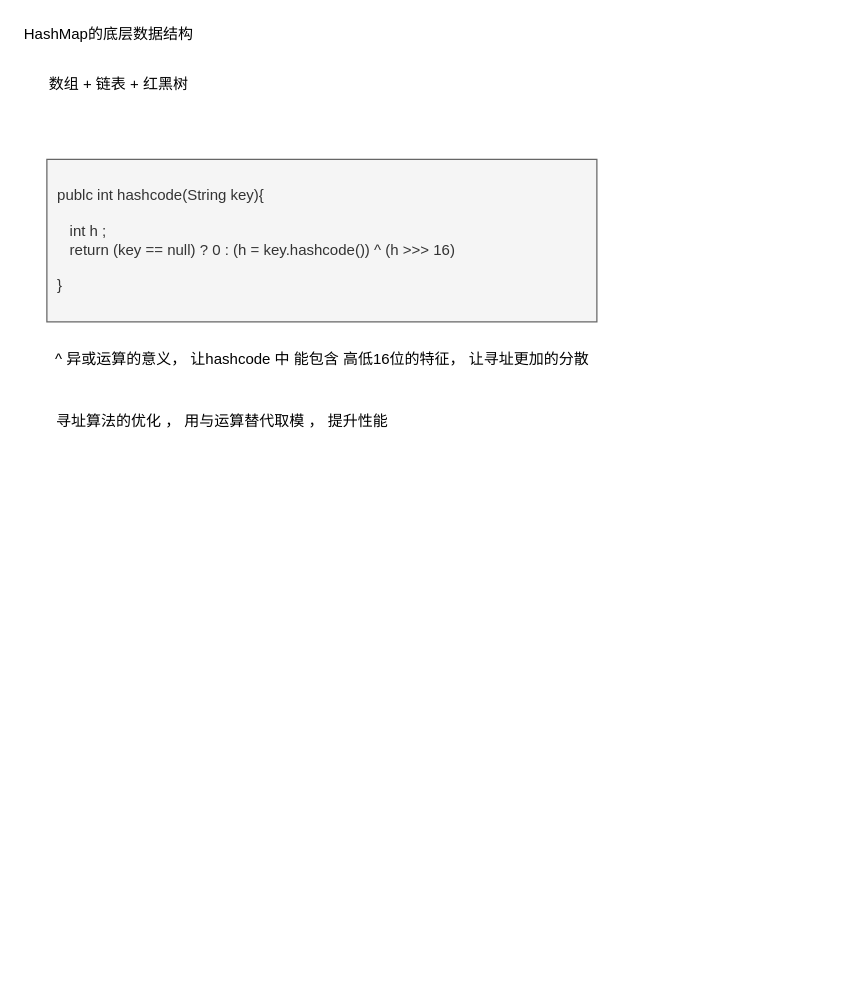
Above: page "HashMap" (1 of 2) of 突击冲冲冲.drawio in topyuluo/photo-project (draw.io), before the change. Source tidied: cells renumbered, new cells numbered last; positions are measured from the earlier drawing's top-left corner, leaving out a move shared by most shapes. Both pictures are drawn from the tidied source at 125%, with x=0, y=0 at pixel (21, 21).
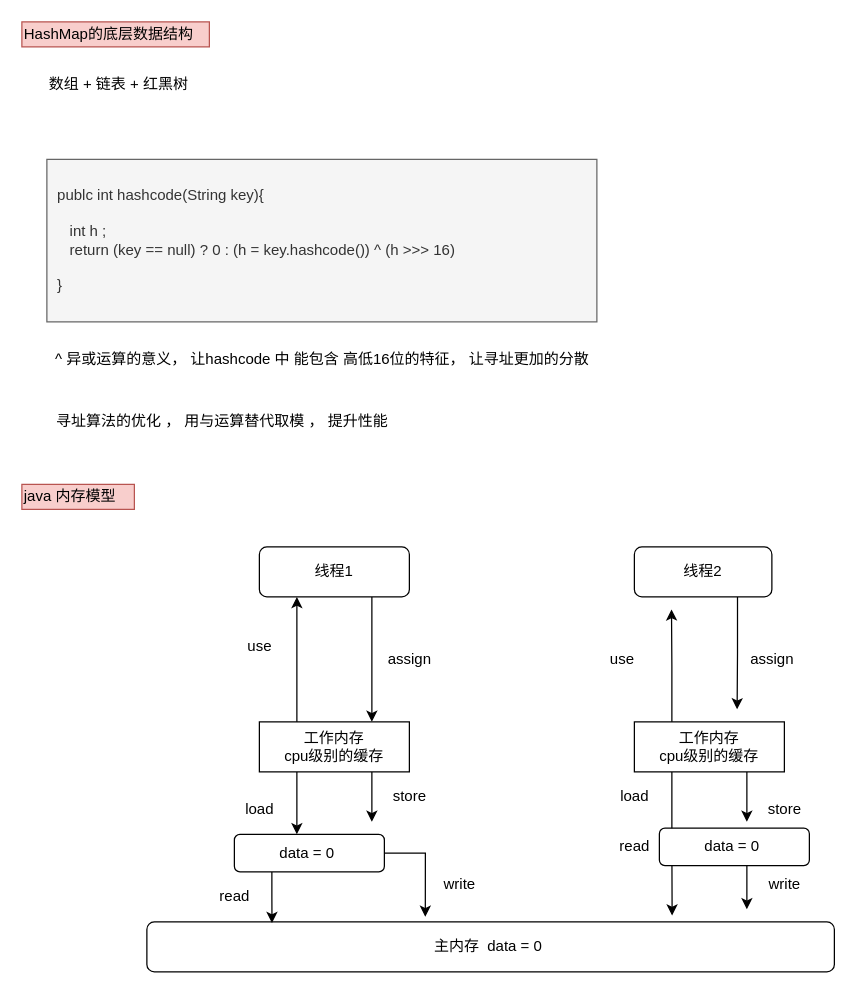
Above is the later version.

Commit message:
更新突击冲冲冲.drawio

What changed in the source:
```diff
@@
-    <mxCell id="2" value="HashMap的底层数据结构" style="text;html=1;align=left;verticalAlign=middle;strokeColor=none;" parent="1" vertex="1">
+    <mxCell id="2" value="HashMap的底层数据结构" style="text;html=1;align=left;verticalAlign=middle;strokeColor=#b85450;fillColor=#f8cecc;" parent="1" vertex="1">
       <mxGeometry width="150" height="20" as="geometry" />
     </mxCell>
@@
+    <mxCell id="7" value="java 内存模型" style="text;html=1;align=left;verticalAlign=middle;strokeColor=#b85450;fillColor=#f8cecc;" parent="1" vertex="1">
+      <mxGeometry y="370" width="90" height="20" as="geometry" />
+    </mxCell>
+    <mxCell id="8" value="主内存&amp;nbsp; data = 0&amp;nbsp;" style="rounded=1;whiteSpace=wrap;html=1;" parent="1" vertex="1">
+      <mxGeometry x="100" y="720" width="550" height="40" as="geometry" />
+    </mxCell>
+    <mxCell id="9" style="edgeStyle=orthogonalEdgeStyle;rounded=0;jettySize=auto;html=1;exitX=0.75;exitY=1;exitDx=0;exitDy=0;entryX=0.75;entryY=0;entryDx=0;entryDy=0;" parent="1" edge="1" source="10" target="16">
+      <mxGeometry relative="1" as="geometry" />
+    </mxCell>
+    <mxCell id="10" value="线程1" style="rounded=1;whiteSpace=wrap;html=1;" parent="1" vertex="1">
+      <mxGeometry x="190" y="420" width="120" height="40" as="geometry" />
+    </mxCell>
+    <mxCell id="11" style="edgeStyle=orthogonalEdgeStyle;rounded=0;jettySize=auto;html=1;exitX=0.75;exitY=1;exitDx=0;exitDy=0;" parent="1" edge="1" source="12">
+      <mxGeometry relative="1" as="geometry">
+        <mxPoint x="572.2" y="550" as="targetPoint" />
+      </mxGeometry>
+    </mxCell>
+    <mxCell id="12" value="线程2" style="rounded=1;whiteSpace=wrap;html=1;" parent="1" vertex="1">
+      <mxGeometry x="490" y="420" width="110" height="40" as="geometry" />
+    </mxCell>
+    <mxCell id="13" style="edgeStyle=orthogonalEdgeStyle;rounded=0;jettySize=auto;html=1;exitX=0.25;exitY=1;exitDx=0;exitDy=0;" parent="1" edge="1" source="16">
+      <mxGeometry relative="1" as="geometry">
+        <mxPoint x="220" y="650" as="targetPoint" />
+      </mxGeometry>
+    </mxCell>
+    <mxCell id="14" style="edgeStyle=orthogonalEdgeStyle;rounded=0;jettySize=auto;html=1;entryX=0.25;entryY=1;entryDx=0;entryDy=0;exitX=0.25;exitY=0;exitDx=0;exitDy=0;" parent="1" edge="1" source="16" target="10">
+      <mxGeometry relative="1" as="geometry" />
+    </mxCell>
+    <mxCell id="15" style="edgeStyle=orthogonalEdgeStyle;rounded=0;jettySize=auto;html=1;exitX=0.75;exitY=1;exitDx=0;exitDy=0;" parent="1" edge="1" source="16">
+      <mxGeometry relative="1" as="geometry">
+        <mxPoint x="280" y="640" as="targetPoint" />
+      </mxGeometry>
+    </mxCell>
+    <mxCell id="16" value="工作内存&lt;br&gt;cpu级别的缓存" style="rounded=0;whiteSpace=wrap;html=1;" parent="1" vertex="1">
+      <mxGeometry x="190" y="560" width="120" height="40" as="geometry" />
+    </mxCell>
+    <mxCell id="17" style="edgeStyle=orthogonalEdgeStyle;rounded=0;jettySize=auto;html=1;exitX=0.25;exitY=1;exitDx=0;exitDy=0;entryX=0.764;entryY=-0.125;entryDx=0;entryDy=0;entryPerimeter=0;" parent="1" edge="1" source="20" target="8">
+      <mxGeometry relative="1" as="geometry" />
+    </mxCell>
+    <mxCell id="18" style="edgeStyle=orthogonalEdgeStyle;rounded=0;jettySize=auto;html=1;exitX=0.25;exitY=0;exitDx=0;exitDy=0;" parent="1" edge="1" source="20">
+      <mxGeometry relative="1" as="geometry">
+        <mxPoint x="519.7" y="470" as="targetPoint" />
+      </mxGeometry>
+    </mxCell>
+    <mxCell id="19" style="edgeStyle=orthogonalEdgeStyle;rounded=0;jettySize=auto;html=1;exitX=0.75;exitY=1;exitDx=0;exitDy=0;" parent="1" edge="1" source="20">
+      <mxGeometry relative="1" as="geometry">
+        <mxPoint x="580" y="640" as="targetPoint" />
+      </mxGeometry>
+    </mxCell>
+    <mxCell id="20" value="工作内存&lt;br&gt;cpu级别的缓存" style="rounded=0;whiteSpace=wrap;html=1;" parent="1" vertex="1">
+      <mxGeometry x="490" y="560" width="120" height="40" as="geometry" />
+    </mxCell>
+    <mxCell id="21" style="edgeStyle=orthogonalEdgeStyle;rounded=0;jettySize=auto;html=1;exitX=0.25;exitY=1;exitDx=0;exitDy=0;entryX=0.182;entryY=0.025;entryDx=0;entryDy=0;entryPerimeter=0;" parent="1" edge="1" source="23" target="8">
+      <mxGeometry relative="1" as="geometry" />
+    </mxCell>
+    <mxCell id="22" style="edgeStyle=orthogonalEdgeStyle;rounded=0;jettySize=auto;html=1;exitX=1;exitY=0.5;exitDx=0;exitDy=0;entryX=0.405;entryY=-0.1;entryDx=0;entryDy=0;entryPerimeter=0;" parent="1" edge="1" source="23" target="8">
+      <mxGeometry relative="1" as="geometry" />
+    </mxCell>
+    <mxCell id="23" value="data = 0&amp;nbsp;" style="rounded=1;whiteSpace=wrap;html=1;" parent="1" vertex="1">
+      <mxGeometry x="170" y="650" width="120" height="30" as="geometry" />
+    </mxCell>
+    <mxCell id="24" value="read" style="text;html=1;align=center;verticalAlign=middle;strokeColor=none;" parent="1" vertex="1">
+      <mxGeometry x="150" y="690" width="40" height="20" as="geometry" />
+    </mxCell>
+    <mxCell id="25" value="load" style="text;html=1;align=center;verticalAlign=middle;strokeColor=none;" parent="1" vertex="1">
+      <mxGeometry x="170" y="620" width="40" height="20" as="geometry" />
+    </mxCell>
+    <mxCell id="26" value="use" style="text;html=1;align=center;verticalAlign=middle;strokeColor=none;" parent="1" vertex="1">
+      <mxGeometry x="175" y="490" width="30" height="20" as="geometry" />
+    </mxCell>
+    <mxCell id="27" value="assign" style="text;html=1;align=center;verticalAlign=middle;strokeColor=none;" parent="1" vertex="1">
+      <mxGeometry x="285" y="500" width="50" height="20" as="geometry" />
+    </mxCell>
+    <mxCell id="28" value="store" style="text;html=1;align=center;verticalAlign=middle;strokeColor=none;" parent="1" vertex="1">
+      <mxGeometry x="290" y="610" width="40" height="20" as="geometry" />
+    </mxCell>
+    <mxCell id="29" value="write" style="text;html=1;align=center;verticalAlign=middle;strokeColor=none;" parent="1" vertex="1">
+      <mxGeometry x="330" y="680" width="40" height="20" as="geometry" />
+    </mxCell>
+    <mxCell id="30" value="read" style="text;html=1;align=center;verticalAlign=middle;strokeColor=none;" parent="1" vertex="1">
+      <mxGeometry x="470" y="650" width="40" height="20" as="geometry" />
+    </mxCell>
+    <mxCell id="31" value="load" style="text;html=1;align=center;verticalAlign=middle;strokeColor=none;" parent="1" vertex="1">
+      <mxGeometry x="470" y="610" width="40" height="20" as="geometry" />
+    </mxCell>
+    <mxCell id="32" value="use" style="text;html=1;align=center;verticalAlign=middle;strokeColor=none;" parent="1" vertex="1">
+      <mxGeometry x="465" y="500" width="30" height="20" as="geometry" />
+    </mxCell>
+    <mxCell id="33" value="assign" style="text;html=1;align=center;verticalAlign=middle;strokeColor=none;" parent="1" vertex="1">
+      <mxGeometry x="575" y="500" width="50" height="20" as="geometry" />
+    </mxCell>
+    <mxCell id="34" value="store" style="text;html=1;align=center;verticalAlign=middle;strokeColor=none;" parent="1" vertex="1">
+      <mxGeometry x="590" y="620" width="40" height="20" as="geometry" />
+    </mxCell>
+    <mxCell id="35" style="endArrow=classic;html=1;" parent="1" edge="1">
+      <mxGeometry relative="1" as="geometry">
+        <mxPoint x="580" y="670" as="sourcePoint" />
+        <mxPoint x="580" y="710" as="targetPoint" />
+      </mxGeometry>
+    </mxCell>
+    <mxCell id="36" value="write" style="text;html=1;align=center;verticalAlign=middle;strokeColor=none;" parent="1" vertex="1">
+      <mxGeometry x="590" y="680" width="40" height="20" as="geometry" />
+    </mxCell>
+    <mxCell id="37" value="data = 0&amp;nbsp;" style="rounded=1;whiteSpace=wrap;html=1;" parent="1" vertex="1">
+      <mxGeometry x="510" y="645" width="120" height="30" as="geometry" />
+    </mxCell>
```
